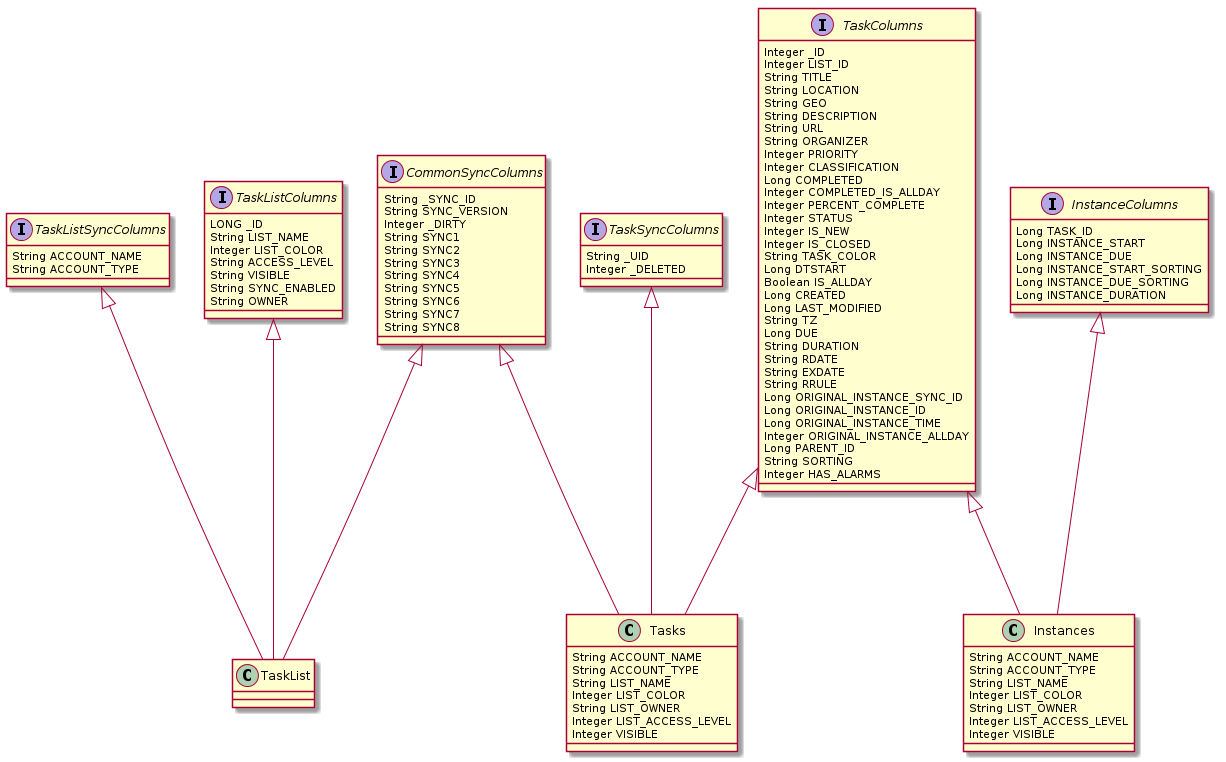
The PlantUML diagram diagramms/contentprovider.png in omefire/mirakel-android, before a commit.
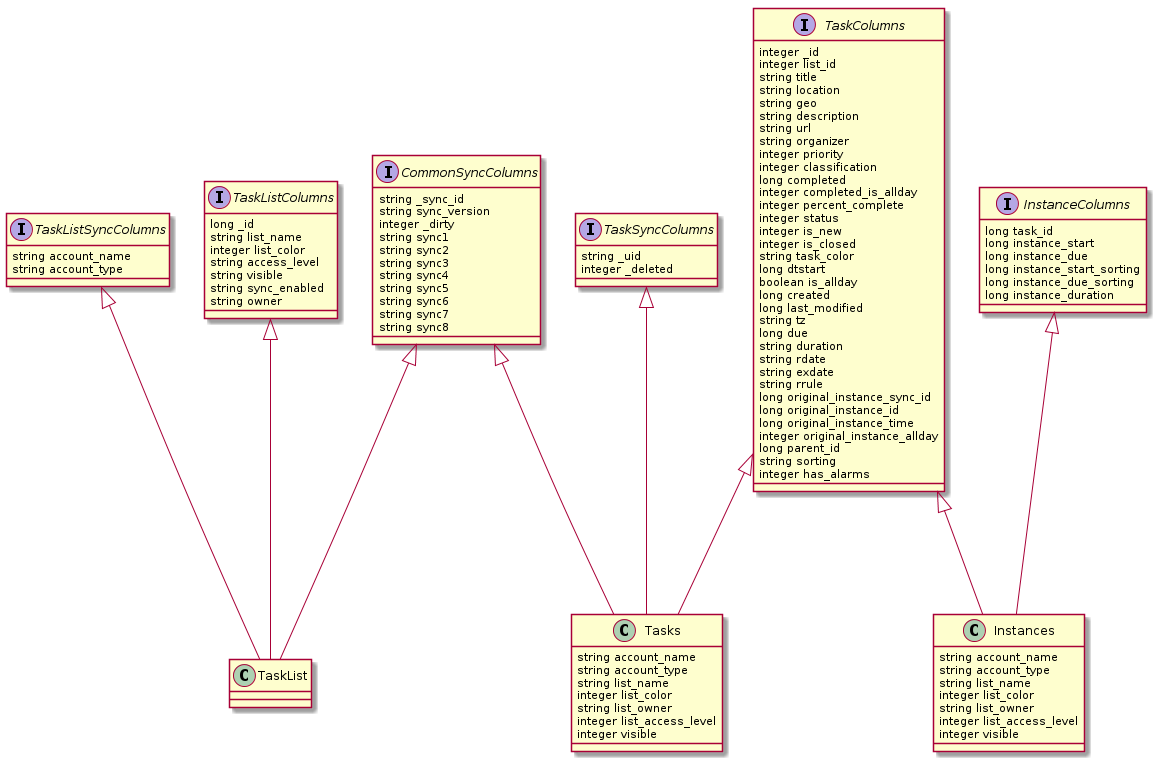
Later version of the same file.

Change to the diagram source:
```diff
@@ -1,34 +1,34 @@
 @startuml
 
 interface CommonSyncColumns {
-String _SYNC_ID
-String SYNC_VERSION
-Integer _DIRTY
-String SYNC1
-String SYNC2
-String SYNC3
-String SYNC4
-String SYNC5
-String SYNC6
-String SYNC7
-String SYNC8
+string _sync_id
+string sync_version
+integer _dirty
+string sync1
+string sync2
+string sync3
+string sync4
+string sync5
+string sync6
+string sync7
+string sync8
 }
 interface TaskListSyncColumns {
-String ACCOUNT_NAME
-String ACCOUNT_TYPE
+string account_name
+string account_type
 }
 interface TaskSyncColumns {
-String _UID
-Integer _DELETED
+string _uid
+integer _deleted
 }
 interface TaskListColumns {
-LONG _ID
-String LIST_NAME
-Integer LIST_COLOR
-String ACCESS_LEVEL
-String VISIBLE
-String SYNC_ENABLED
-String OWNER
+long _id
+string list_name
+integer list_color
+string access_level
+string visible
+string sync_enabled
+string owner
 }
 class TaskList
 TaskListColumns <|--- TaskList
@@ -38,49 +38,49 @@
 
 
 interface TaskColumns {
-Integer _ID
-Integer LIST_ID
-String TITLE
-String LOCATION
-String GEO
-String DESCRIPTION
-String URL
-String ORGANIZER
-Integer PRIORITY
-Integer CLASSIFICATION
-Long COMPLETED
-Integer COMPLETED_IS_ALLDAY
-Integer PERCENT_COMPLETE
-Integer STATUS
-Integer IS_NEW
-Integer IS_CLOSED
-String TASK_COLOR
-Long DTSTART
-Boolean IS_ALLDAY
-Long CREATED
-Long LAST_MODIFIED
-String TZ
-Long DUE
-String DURATION
-String RDATE
-String EXDATE
-String RRULE
-Long ORIGINAL_INSTANCE_SYNC_ID
-Long ORIGINAL_INSTANCE_ID
-Long ORIGINAL_INSTANCE_TIME
-Integer ORIGINAL_INSTANCE_ALLDAY
-Long PARENT_ID
-String SORTING
-Integer HAS_ALARMS
+integer _id
+integer list_id
+string title
+string location
+string geo
+string description
+string url
+string organizer
+integer priority
+integer classification
+long completed
+integer completed_is_allday
+integer percent_complete
+integer status
+integer is_new
+integer is_closed
+string task_color
+long dtstart
+boolean is_allday
+long created
+long last_modified
+string tz
+long due
+string duration
+string rdate
+string exdate
+string rrule
+long original_instance_sync_id
+long original_instance_id
+long original_instance_time
+integer original_instance_allday
+long parent_id
+string sorting
+integer has_alarms
 }
 class Tasks {
-String ACCOUNT_NAME
-String ACCOUNT_TYPE
-String LIST_NAME
-Integer LIST_COLOR
-String LIST_OWNER
-Integer LIST_ACCESS_LEVEL
-Integer VISIBLE
+string account_name
+string account_type
+string list_name
+integer list_color
+string list_owner
+integer list_access_level
+integer visible
 }
 TaskColumns <|--- Tasks
 CommonSyncColumns <|--- Tasks
@@ -88,21 +88,21 @@
 
 
 interface InstanceColumns {
-Long TASK_ID
-Long INSTANCE_START
-Long INSTANCE_DUE
-Long INSTANCE_START_SORTING
-Long INSTANCE_DUE_SORTING
-Long INSTANCE_DURATION
+long task_id
+long instance_start
+long instance_due
+long instance_start_sorting
+long instance_due_sorting
+long instance_duration
 }
 class Instances {
-String ACCOUNT_NAME
-String ACCOUNT_TYPE
-String LIST_NAME
-Integer LIST_COLOR
-String LIST_OWNER
-Integer LIST_ACCESS_LEVEL
-Integer VISIBLE
+string account_name
+string account_type
+string list_name
+integer list_color
+string list_owner
+integer list_access_level
+integer visible
 }
 TaskColumns <|--- Instances
 InstanceColumns <|--- Instances
```
